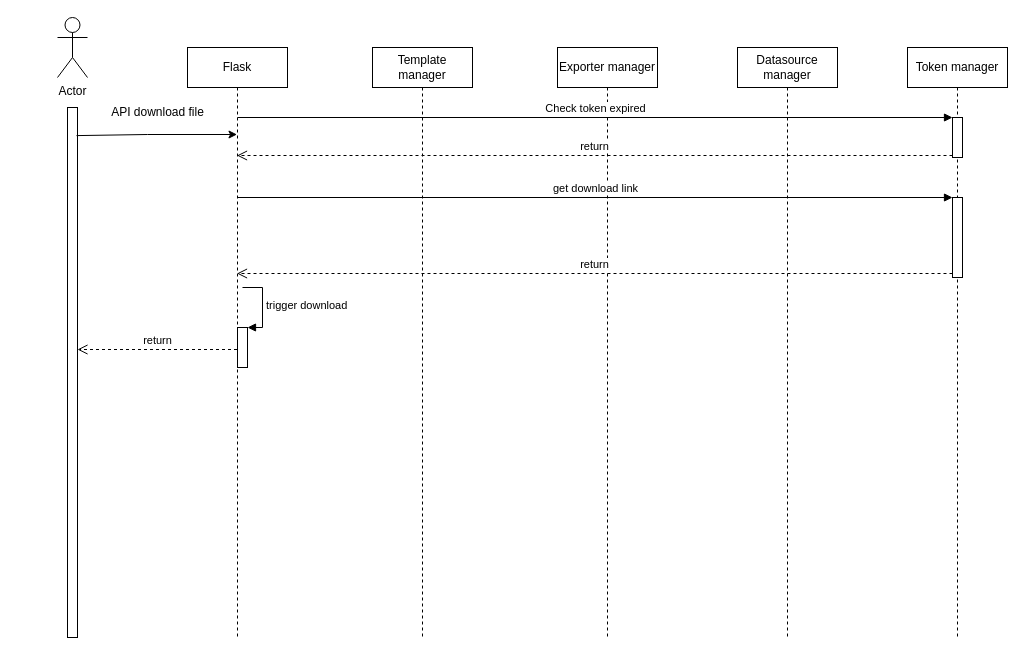
Before: page "API download file" (3 of 4) of Download install script.drawio in AlicasticAnhthu/apiflask, a draw.io diagram. Source tidied: cells renumbered, new cells numbered last; positions are measured from the earlier drawing's top-left corner, leaving out a move shared by most shapes. Both pictures are drawn from the tidied source at 100%, with x=0, y=0 at pixel (57, 17).
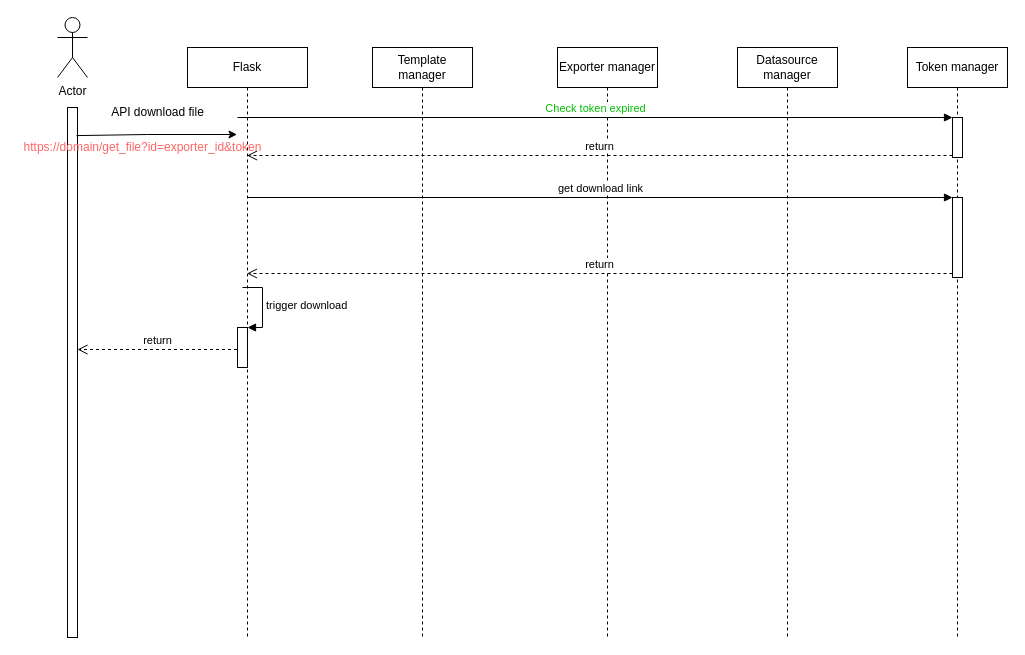
Above is the later version.

The change refers to these unchanged cells:
```xml
<mxCell id="9" style="html=1;points=[];perimeter=orthogonalPerimeter;" parent="8" vertex="1">
  <mxGeometry x="45" y="70" width="10" height="40" as="geometry" />
</mxCell>
```

The edit, as a diff of the source:
```diff
@@
     <mxCell id="3" value="Flask" style="shape=umlLifeline;perimeter=lifelinePerimeter;whiteSpace=wrap;html=1;outlineConnect=0;" parent="1" vertex="1">
-      <mxGeometry x="130" y="30" width="100" height="590" as="geometry" />
+      <mxGeometry x="130" y="30" width="120" height="590" as="geometry" />
     </mxCell>
@@
-    <mxCell id="13" value="Check token expired" style="html=1;verticalAlign=bottom;endArrow=block;entryX=0;entryY=0;rounded=0;" parent="1" edge="1" target="9">
+    <mxCell id="13" value="&lt;font color=&quot;#00bf00&quot;&gt;Check token expired&lt;/font&gt;" style="html=1;verticalAlign=bottom;endArrow=block;entryX=0;entryY=0;rounded=0;" parent="1" edge="1" target="9">
       <mxGeometry relative="1" as="geometry">
         <mxPoint x="180" y="100" as="sourcePoint" />
       </mxGeometry>
     </mxCell>
@@
+    <mxCell id="20" value="https://domain/get_file?id=exporter_id&amp;amp;token" style="text;html=1;align=center;verticalAlign=middle;strokeColor=none;fillColor=none;fontColor=#FF6666;" parent="1" vertex="1">
+      <mxGeometry x="-40" y="120" width="250" height="20" as="geometry" />
+    </mxCell>
```
